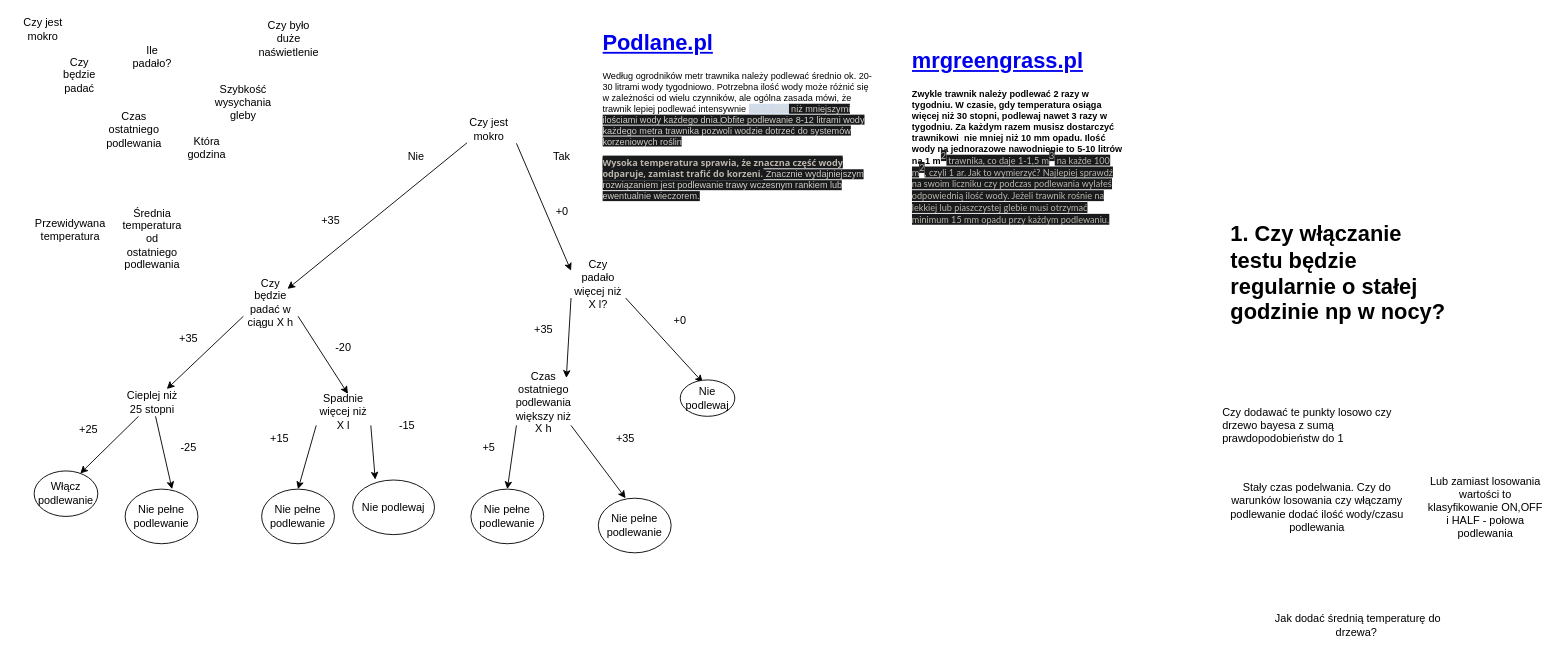
Before: page "Wstepny diagram" (1 of 5) of conditional-probability.drawio in damiantomczyszyn/Irrigation-System, a draw.io diagram. Source tidied: cells renumbered, new cells numbered last; positions are measured from the earlier drawing's top-left corner, leaving out a move shared by most shapes. Both pictures are drawn from the tidied source at 91%, with x=0, y=0 at pixel (15, 15).
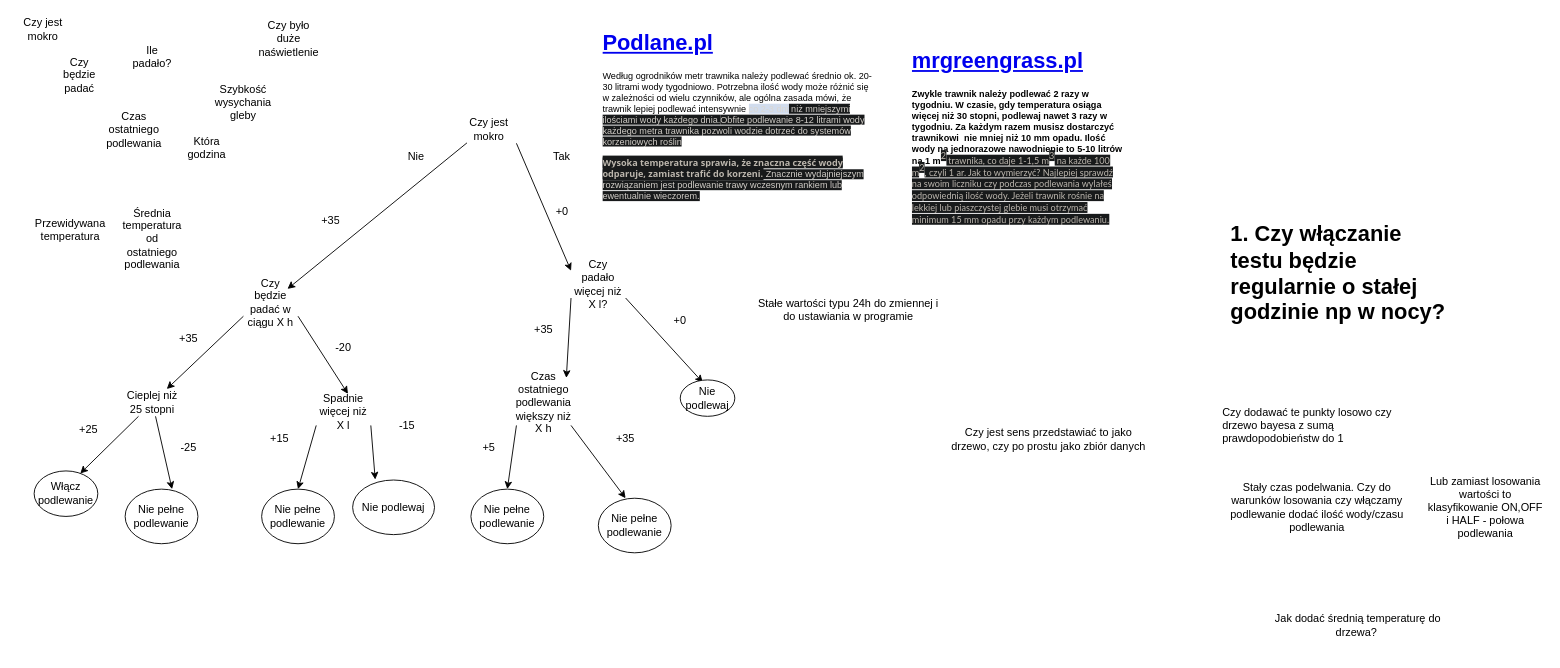
The same page after the edit.

The edit, as a diff of the source:
```diff
@@
+    <mxCell id="57" value="Czy jest sens przedstawiać to jako drzewo, czy po prostu jako zbiór danych" style="text;html=1;strokeColor=none;fillColor=none;align=center;verticalAlign=middle;whiteSpace=wrap;rounded=0;" parent="1" vertex="1">
+      <mxGeometry x="1020" y="400" width="230" height="130" as="geometry" />
+    </mxCell>
+    <mxCell id="58" value="Stałe wartości typu 24h do zmiennej i do ustawiania w programie" style="text;html=1;strokeColor=none;fillColor=none;align=center;verticalAlign=middle;whiteSpace=wrap;rounded=0;" parent="1" vertex="1">
+      <mxGeometry x="810" y="267.5" width="210" height="110" as="geometry" />
+    </mxCell>
```
